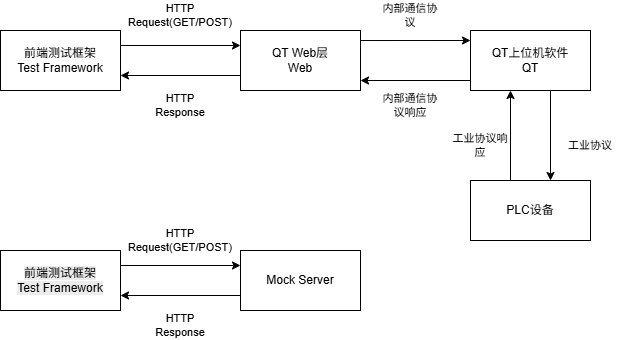
The draw.io diagram 前后端流程.drawio.png in Taylor-Hu/python_code, before a commit. Source tidied: cells renumbered, new cells last; positions are measured from the earlier drawing's top-left corner, leaving out a move shared by most shapes.
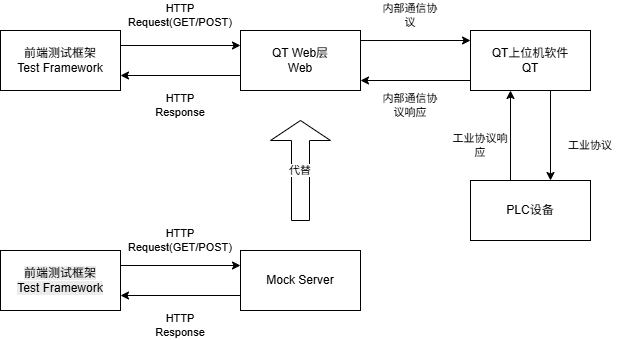
Above is the later version.

Commit message:
更新前后端流程.drawio.png

Change to the diagram source:
```diff
@@ -81,5 +81,8 @@
     <mxCell id="23" style="endArrow=classic;html=1;rounded=0;strokeColor=default;align=center;verticalAlign=middle;fontFamily=Helvetica;fontSize=11;fontColor=default;labelBackgroundColor=default;entryX=1;entryY=0.75;entryDx=0;entryDy=0;exitX=0;exitY=0.75;exitDx=0;exitDy=0;" parent="1" edge="1" source="19" target="18">
       <mxGeometry relative="1" as="geometry" />
     </mxCell>
+    <mxCell id="24" value="代替" style="shape=singleArrow;direction=north;whiteSpace=wrap;html=1;fontFamily=Helvetica;fontSize=11;fontColor=default;labelBackgroundColor=default;" parent="1" vertex="1">
+      <mxGeometry x="270" y="120" width="60" height="100" as="geometry" />
+    </mxCell>
   </root>
 </mxGraphModel>
```
